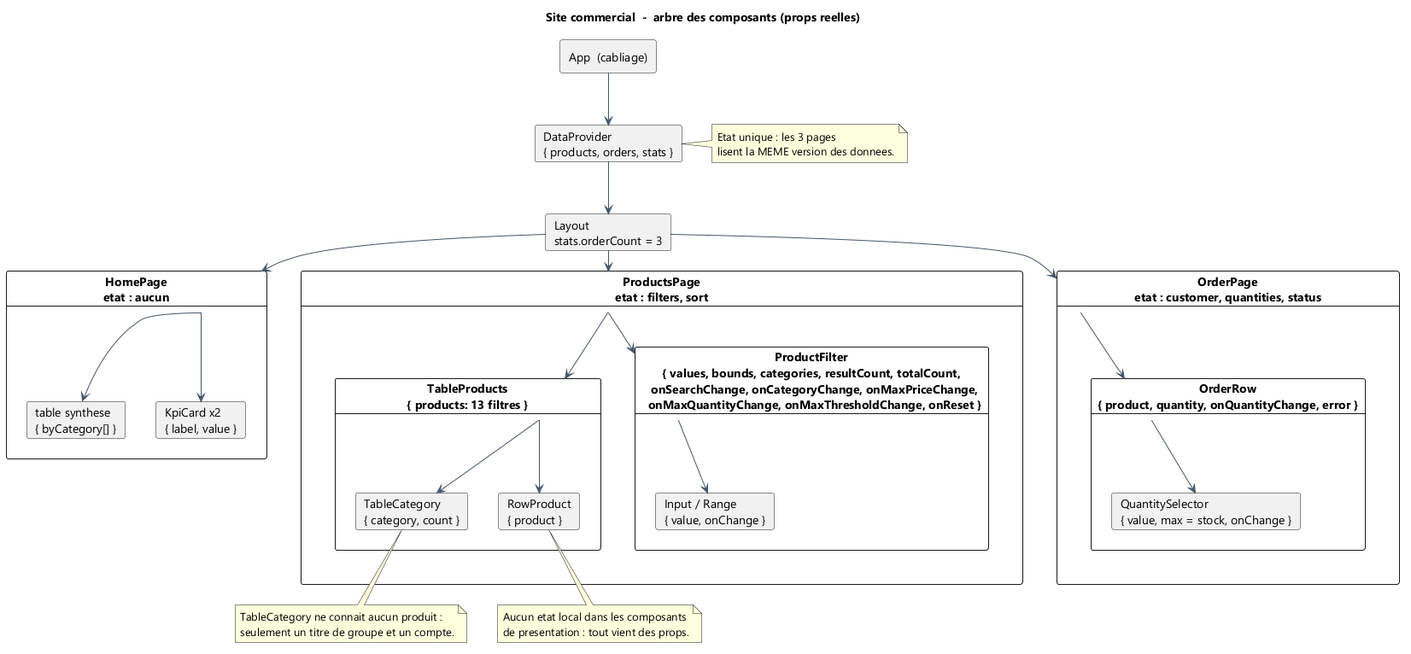
wenkais196-Gabriel/mini-projet-site-commercial keeps this PlantUML diagram as docs/diagrammes/02-arbre-composants.png. Above is the earlier version.
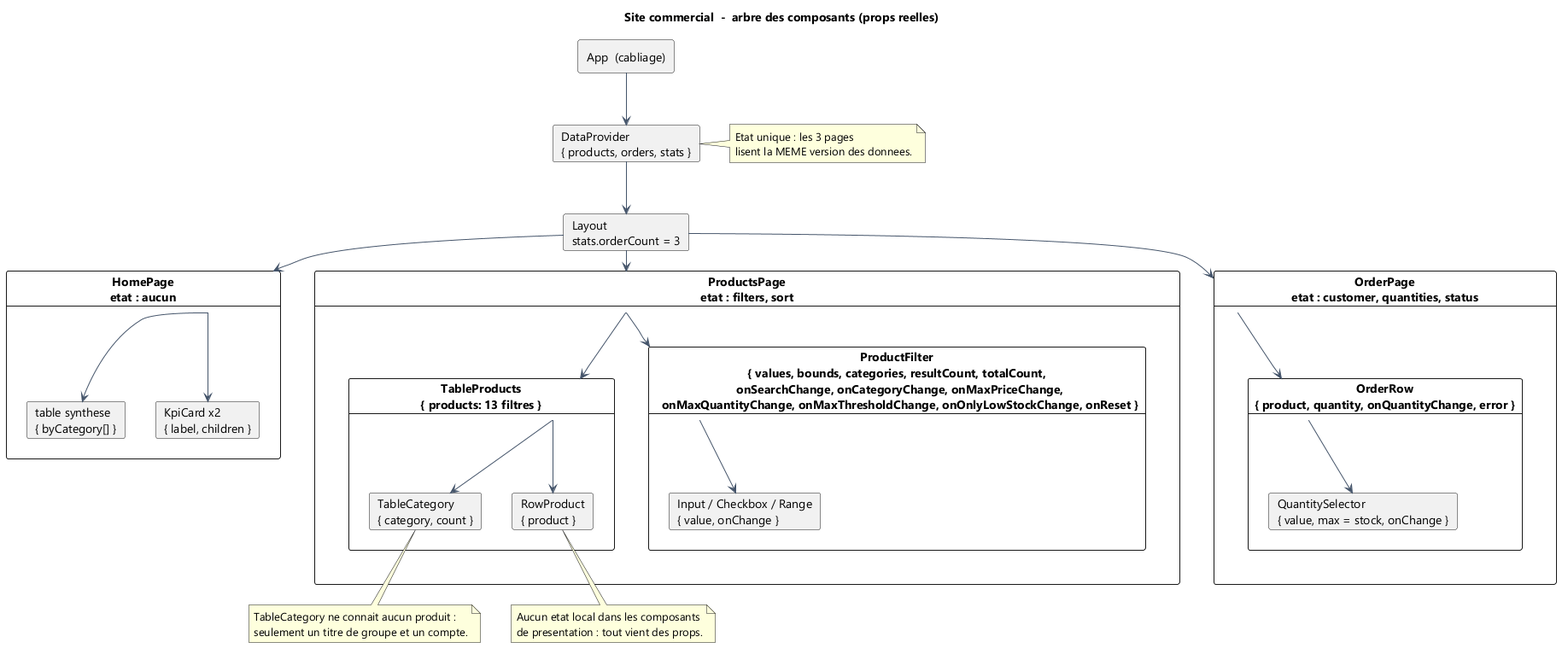
The same file after the commit.

The edit, as a diff of the source:
```diff
@@ -15,13 +15,13 @@
 }
 
 card "HomePage\netat : aucun" as Accueil {
-  card "KpiCard x2\n{ label, value }" as K1
+  card "KpiCard x2\n{ label, children }" as K1
   card "table synthese\n{ byCategory[] }" as K2
 }
 
 card "ProductsPage\netat : filters, sort" as Produits {
-  card "ProductFilter\n{ values, bounds, categories, resultCount, totalCount,\n  onSearchChange, onCategoryChange, onMaxPriceChange,\n  onMaxQuantityChange, onMaxThresholdChange, onReset }" as F {
-    card "Input / Range\n{ value, onChange }" as Atomes
+  card "ProductFilter\n{ values, bounds, categories, resultCount, totalCount,\n  onSearchChange, onCategoryChange, onMaxPriceChange,\n  onMaxQuantityChange, onMaxThresholdChange, onOnlyLowStockChange, onReset }" as F {
+    card "Input / Checkbox / Range\n{ value, onChange }" as Atomes
   }
   card "TableProducts\n{ products: 13 filtres }" as T {
     card "TableCategory\n{ category, count }" as C
```
